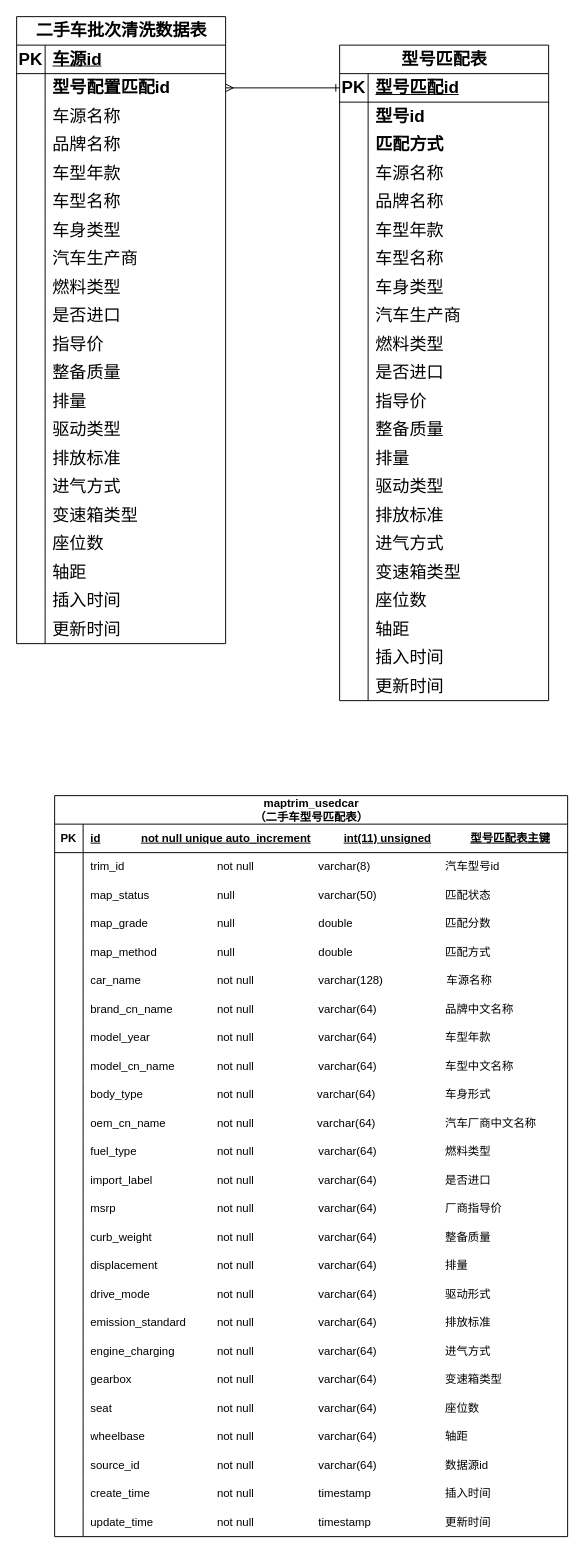
Above: page "数据模型" (2 of 3) of 型号匹配流程优化.drawio in wangzijia122/drawio_repository (draw.io), before the change. Source tidied: cells renumbered, new cells numbered last; positions are measured from the earlier drawing's top-left corner, leaving out a move shared by most shapes. Both pictures are drawn from the tidied source at 95%, with x=0, y=0 at pixel (16, 16).
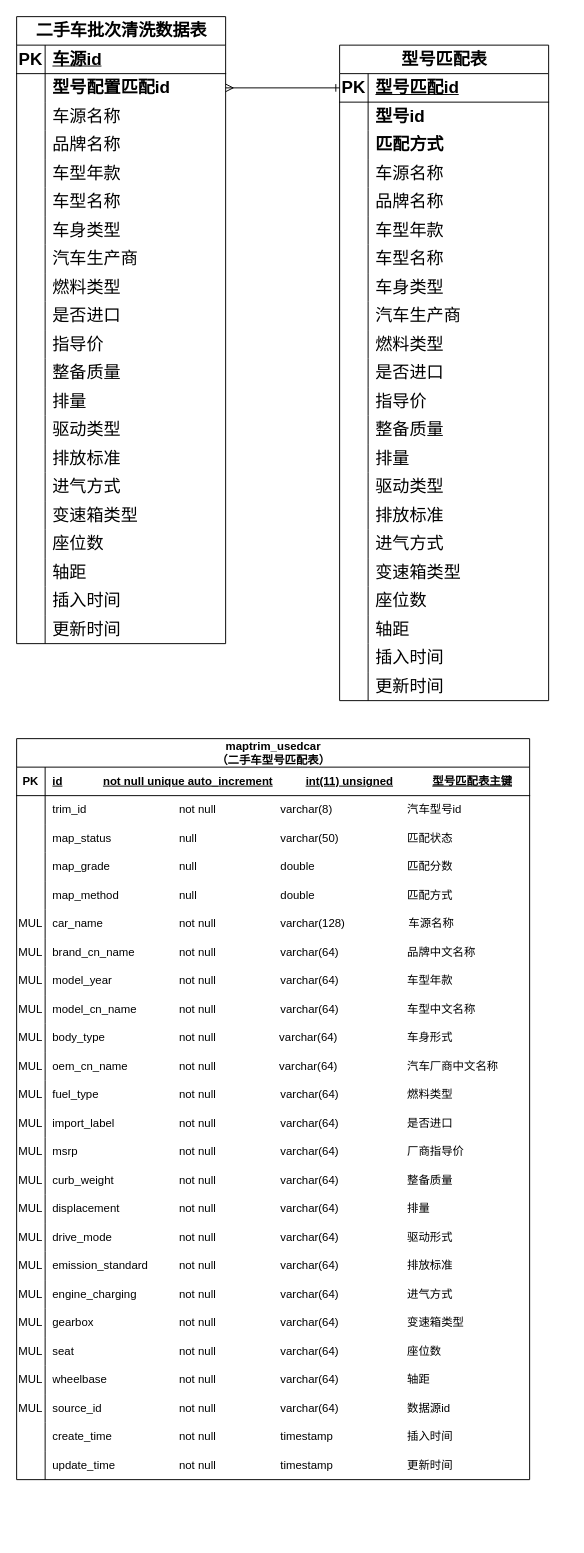
Above is the later version.

Commit message:
更新型号匹配流程优化.drawio

Unchanged cells that the change refers to:
```xml
<mxCell id="150" style="shape=tableRow;horizontal=0;startSize=0;swimlaneHead=0;swimlaneBody=0;fillColor=none;top=0;left=0;right=0;bottom=0;" parent="134" vertex="1">
  <mxGeometry y="180" width="540" height="30" as="geometry" />
</mxCell>
<mxCell id="153" style="shape=tableRow;horizontal=0;startSize=0;swimlaneHead=0;swimlaneBody=0;fillColor=none;top=0;left=0;right=0;bottom=0;" parent="134" vertex="1">
  <mxGeometry y="210" width="540" height="30" as="geometry" />
</mxCell>
<mxCell id="156" style="shape=tableRow;horizontal=0;startSize=0;swimlaneHead=0;swimlaneBody=0;fillColor=none;top=0;left=0;right=0;bottom=0;" parent="134" vertex="1">
  <mxGeometry y="240" width="540" height="30" as="geometry" />
</mxCell>
<mxCell id="159" style="shape=tableRow;horizontal=0;startSize=0;swimlaneHead=0;swimlaneBody=0;fillColor=none;top=0;left=0;right=0;bottom=0;" parent="134" vertex="1">
  <mxGeometry y="270" width="540" height="30" as="geometry" />
</mxCell>
<mxCell id="162" style="shape=tableRow;horizontal=0;startSize=0;swimlaneHead=0;swimlaneBody=0;fillColor=none;top=0;left=0;right=0;bottom=0;" parent="134" vertex="1">
  <mxGeometry y="300" width="540" height="30" as="geometry" />
</mxCell>
<mxCell id="165" style="shape=tableRow;horizontal=0;startSize=0;swimlaneHead=0;swimlaneBody=0;fillColor=none;top=0;left=0;right=0;bottom=0;" parent="134" vertex="1">
  <mxGeometry y="330" width="540" height="30" as="geometry" />
</mxCell>
<mxCell id="168" style="shape=tableRow;horizontal=0;startSize=0;swimlaneHead=0;swimlaneBody=0;fillColor=none;top=0;left=0;right=0;bottom=0;" parent="134" vertex="1">
  <mxGeometry y="360" width="540" height="30" as="geometry" />
</mxCell>
<mxCell id="171" style="shape=tableRow;horizontal=0;startSize=0;swimlaneHead=0;swimlaneBody=0;fillColor=none;top=0;left=0;right=0;bottom=0;" parent="134" vertex="1">
  <mxGeometry y="390" width="540" height="30" as="geometry" />
</mxCell>
<mxCell id="174" style="shape=tableRow;horizontal=0;startSize=0;swimlaneHead=0;swimlaneBody=0;fillColor=none;top=0;left=0;right=0;bottom=0;" parent="134" vertex="1">
  <mxGeometry y="420" width="540" height="30" as="geometry" />
</mxCell>
<mxCell id="177" style="shape=tableRow;horizontal=0;startSize=0;swimlaneHead=0;swimlaneBody=0;fillColor=none;top=0;left=0;right=0;bottom=0;" parent="134" vertex="1">
  <mxGeometry y="450" width="540" height="30" as="geometry" />
</mxCell>
<mxCell id="180" style="shape=tableRow;horizontal=0;startSize=0;swimlaneHead=0;swimlaneBody=0;fillColor=none;top=0;left=0;right=0;bottom=0;" parent="134" vertex="1">
  <mxGeometry y="480" width="540" height="30" as="geometry" />
</mxCell>
<mxCell id="183" style="shape=tableRow;horizontal=0;startSize=0;swimlaneHead=0;swimlaneBody=0;fillColor=none;top=0;left=0;right=0;bottom=0;" parent="134" vertex="1">
  <mxGeometry y="510" width="540" height="30" as="geometry" />
</mxCell>
<mxCell id="186" style="shape=tableRow;horizontal=0;startSize=0;swimlaneHead=0;swimlaneBody=0;fillColor=none;top=0;left=0;right=0;bottom=0;" parent="134" vertex="1">
  <mxGeometry y="540" width="540" height="30" as="geometry" />
</mxCell>
<mxCell id="189" style="shape=tableRow;horizontal=0;startSize=0;swimlaneHead=0;swimlaneBody=0;fillColor=none;top=0;left=0;right=0;bottom=0;" parent="134" vertex="1">
  <mxGeometry y="570" width="540" height="30" as="geometry" />
</mxCell>
<mxCell id="192" style="shape=tableRow;horizontal=0;startSize=0;swimlaneHead=0;swimlaneBody=0;fillColor=none;top=0;left=0;right=0;bottom=0;" parent="134" vertex="1">
  <mxGeometry y="600" width="540" height="30" as="geometry" />
</mxCell>
<mxCell id="195" style="shape=tableRow;horizontal=0;startSize=0;swimlaneHead=0;swimlaneBody=0;fillColor=none;top=0;left=0;right=0;bottom=0;" parent="134" vertex="1">
  <mxGeometry y="630" width="540" height="30" as="geometry" />
</mxCell>
<mxCell id="198" style="shape=tableRow;horizontal=0;startSize=0;swimlaneHead=0;swimlaneBody=0;fillColor=none;top=0;left=0;right=0;bottom=0;" parent="134" vertex="1">
  <mxGeometry y="660" width="540" height="30" as="geometry" />
</mxCell>
<mxCell id="201" style="shape=tableRow;horizontal=0;startSize=0;swimlaneHead=0;swimlaneBody=0;fillColor=none;top=0;left=0;right=0;bottom=0;" parent="134" vertex="1">
  <mxGeometry y="690" width="540" height="30" as="geometry" />
</mxCell>
```

Change to the diagram source:
```diff
@@
     <mxCell id="134" value="maptrim_usedcar&lt;br&gt;（二手车型号匹配表）" style="shape=table;startSize=30;childLayout=tableLayout;rowLines=0;fontStyle=1;align=center;html=1;" parent="1" vertex="1">
-      <mxGeometry x="40" y="820" width="540" height="780" as="geometry" />
+      <mxGeometry y="760" width="540" height="780" as="geometry" />
     </mxCell>
@@
-    <mxCell id="151" style="shape=partialRectangle;fillColor=none;top=0;left=0;bottom=0;right=0;overflow=hidden;whiteSpace=wrap;html=1;" parent="150" vertex="1">
+    <mxCell id="151" value="MUL" style="shape=partialRectangle;fillColor=none;top=0;left=0;bottom=0;right=0;overflow=hidden;whiteSpace=wrap;html=1;" parent="150" vertex="1">
       <mxGeometry width="30" height="30" as="geometry" />
     </mxCell>
@@
-    <mxCell id="154" style="shape=partialRectangle;fillColor=none;top=0;left=0;bottom=0;right=0;overflow=hidden;whiteSpace=wrap;html=1;" parent="153" vertex="1">
+    <mxCell id="154" value="MUL" style="shape=partialRectangle;fillColor=none;top=0;left=0;bottom=0;right=0;overflow=hidden;whiteSpace=wrap;html=1;" parent="153" vertex="1">
       <mxGeometry width="30" height="30" as="geometry" />
     </mxCell>
@@
-    <mxCell id="157" style="shape=partialRectangle;fillColor=none;top=0;left=0;bottom=0;right=0;overflow=hidden;whiteSpace=wrap;html=1;" parent="156" vertex="1">
+    <mxCell id="157" value="MUL" style="shape=partialRectangle;fillColor=none;top=0;left=0;bottom=0;right=0;overflow=hidden;whiteSpace=wrap;html=1;" parent="156" vertex="1">
       <mxGeometry width="30" height="30" as="geometry" />
     </mxCell>
@@
-    <mxCell id="160" style="shape=partialRectangle;fillColor=none;top=0;left=0;bottom=0;right=0;overflow=hidden;whiteSpace=wrap;html=1;" parent="159" vertex="1">
+    <mxCell id="160" value="MUL" style="shape=partialRectangle;fillColor=none;top=0;left=0;bottom=0;right=0;overflow=hidden;whiteSpace=wrap;html=1;" parent="159" vertex="1">
       <mxGeometry width="30" height="30" as="geometry" />
     </mxCell>
@@
-    <mxCell id="163" style="shape=partialRectangle;fillColor=none;top=0;left=0;bottom=0;right=0;overflow=hidden;whiteSpace=wrap;html=1;" parent="162" vertex="1">
+    <mxCell id="163" value="MUL" style="shape=partialRectangle;fillColor=none;top=0;left=0;bottom=0;right=0;overflow=hidden;whiteSpace=wrap;html=1;" parent="162" vertex="1">
       <mxGeometry width="30" height="30" as="geometry" />
     </mxCell>
@@
-    <mxCell id="166" style="shape=partialRectangle;fillColor=none;top=0;left=0;bottom=0;right=0;overflow=hidden;whiteSpace=wrap;html=1;" parent="165" vertex="1">
+    <mxCell id="166" value="MUL" style="shape=partialRectangle;fillColor=none;top=0;left=0;bottom=0;right=0;overflow=hidden;whiteSpace=wrap;html=1;" parent="165" vertex="1">
       <mxGeometry width="30" height="30" as="geometry" />
     </mxCell>
@@
-    <mxCell id="169" style="shape=partialRectangle;fillColor=none;top=0;left=0;bottom=0;right=0;overflow=hidden;whiteSpace=wrap;html=1;" parent="168" vertex="1">
+    <mxCell id="169" value="MUL" style="shape=partialRectangle;fillColor=none;top=0;left=0;bottom=0;right=0;overflow=hidden;whiteSpace=wrap;html=1;" parent="168" vertex="1">
       <mxGeometry width="30" height="30" as="geometry" />
     </mxCell>
@@
-    <mxCell id="172" style="shape=partialRectangle;fillColor=none;top=0;left=0;bottom=0;right=0;overflow=hidden;whiteSpace=wrap;html=1;" parent="171" vertex="1">
+    <mxCell id="172" value="MUL" style="shape=partialRectangle;fillColor=none;top=0;left=0;bottom=0;right=0;overflow=hidden;whiteSpace=wrap;html=1;" parent="171" vertex="1">
       <mxGeometry width="30" height="30" as="geometry" />
     </mxCell>
@@
-    <mxCell id="175" style="shape=partialRectangle;fillColor=none;top=0;left=0;bottom=0;right=0;overflow=hidden;whiteSpace=wrap;html=1;" parent="174" vertex="1">
+    <mxCell id="175" value="MUL" style="shape=partialRectangle;fillColor=none;top=0;left=0;bottom=0;right=0;overflow=hidden;whiteSpace=wrap;html=1;" parent="174" vertex="1">
       <mxGeometry width="30" height="30" as="geometry" />
     </mxCell>
@@
-    <mxCell id="178" style="shape=partialRectangle;fillColor=none;top=0;left=0;bottom=0;right=0;overflow=hidden;whiteSpace=wrap;html=1;" parent="177" vertex="1">
+    <mxCell id="178" value="MUL" style="shape=partialRectangle;fillColor=none;top=0;left=0;bottom=0;right=0;overflow=hidden;whiteSpace=wrap;html=1;" parent="177" vertex="1">
       <mxGeometry width="30" height="30" as="geometry" />
     </mxCell>
@@
-    <mxCell id="181" style="shape=partialRectangle;fillColor=none;top=0;left=0;bottom=0;right=0;overflow=hidden;whiteSpace=wrap;html=1;" parent="180" vertex="1">
+    <mxCell id="181" value="MUL" style="shape=partialRectangle;fillColor=none;top=0;left=0;bottom=0;right=0;overflow=hidden;whiteSpace=wrap;html=1;" parent="180" vertex="1">
       <mxGeometry width="30" height="30" as="geometry" />
     </mxCell>
@@
-    <mxCell id="184" style="shape=partialRectangle;fillColor=none;top=0;left=0;bottom=0;right=0;overflow=hidden;whiteSpace=wrap;html=1;" parent="183" vertex="1">
+    <mxCell id="184" value="MUL" style="shape=partialRectangle;fillColor=none;top=0;left=0;bottom=0;right=0;overflow=hidden;whiteSpace=wrap;html=1;" parent="183" vertex="1">
       <mxGeometry width="30" height="30" as="geometry" />
     </mxCell>
@@
-    <mxCell id="187" style="shape=partialRectangle;fillColor=none;top=0;left=0;bottom=0;right=0;overflow=hidden;whiteSpace=wrap;html=1;" parent="186" vertex="1">
+    <mxCell id="187" value="MUL" style="shape=partialRectangle;fillColor=none;top=0;left=0;bottom=0;right=0;overflow=hidden;whiteSpace=wrap;html=1;" parent="186" vertex="1">
       <mxGeometry width="30" height="30" as="geometry" />
     </mxCell>
@@
-    <mxCell id="190" style="shape=partialRectangle;fillColor=none;top=0;left=0;bottom=0;right=0;overflow=hidden;whiteSpace=wrap;html=1;" parent="189" vertex="1">
+    <mxCell id="190" value="MUL" style="shape=partialRectangle;fillColor=none;top=0;left=0;bottom=0;right=0;overflow=hidden;whiteSpace=wrap;html=1;" parent="189" vertex="1">
       <mxGeometry width="30" height="30" as="geometry" />
     </mxCell>
@@
-    <mxCell id="193" style="shape=partialRectangle;fillColor=none;top=0;left=0;bottom=0;right=0;overflow=hidden;whiteSpace=wrap;html=1;" parent="192" vertex="1">
+    <mxCell id="193" value="MUL" style="shape=partialRectangle;fillColor=none;top=0;left=0;bottom=0;right=0;overflow=hidden;whiteSpace=wrap;html=1;" parent="192" vertex="1">
       <mxGeometry width="30" height="30" as="geometry" />
     </mxCell>
@@
-    <mxCell id="196" style="shape=partialRectangle;fillColor=none;top=0;left=0;bottom=0;right=0;overflow=hidden;whiteSpace=wrap;html=1;" parent="195" vertex="1">
+    <mxCell id="196" value="MUL" style="shape=partialRectangle;fillColor=none;top=0;left=0;bottom=0;right=0;overflow=hidden;whiteSpace=wrap;html=1;" parent="195" vertex="1">
       <mxGeometry width="30" height="30" as="geometry" />
     </mxCell>
@@
-    <mxCell id="199" style="shape=partialRectangle;fillColor=none;top=0;left=0;bottom=0;right=0;overflow=hidden;whiteSpace=wrap;html=1;" parent="198" vertex="1">
+    <mxCell id="199" value="MUL" style="shape=partialRectangle;fillColor=none;top=0;left=0;bottom=0;right=0;overflow=hidden;whiteSpace=wrap;html=1;" parent="198" vertex="1">
       <mxGeometry width="30" height="30" as="geometry" />
     </mxCell>
@@
-    <mxCell id="202" style="shape=partialRectangle;fillColor=none;top=0;left=0;bottom=0;right=0;overflow=hidden;whiteSpace=wrap;html=1;" parent="201" vertex="1">
+    <mxCell id="202" value="MUL" style="shape=partialRectangle;fillColor=none;top=0;left=0;bottom=0;right=0;overflow=hidden;whiteSpace=wrap;html=1;" parent="201" vertex="1">
       <mxGeometry width="30" height="30" as="geometry" />
     </mxCell>
```
